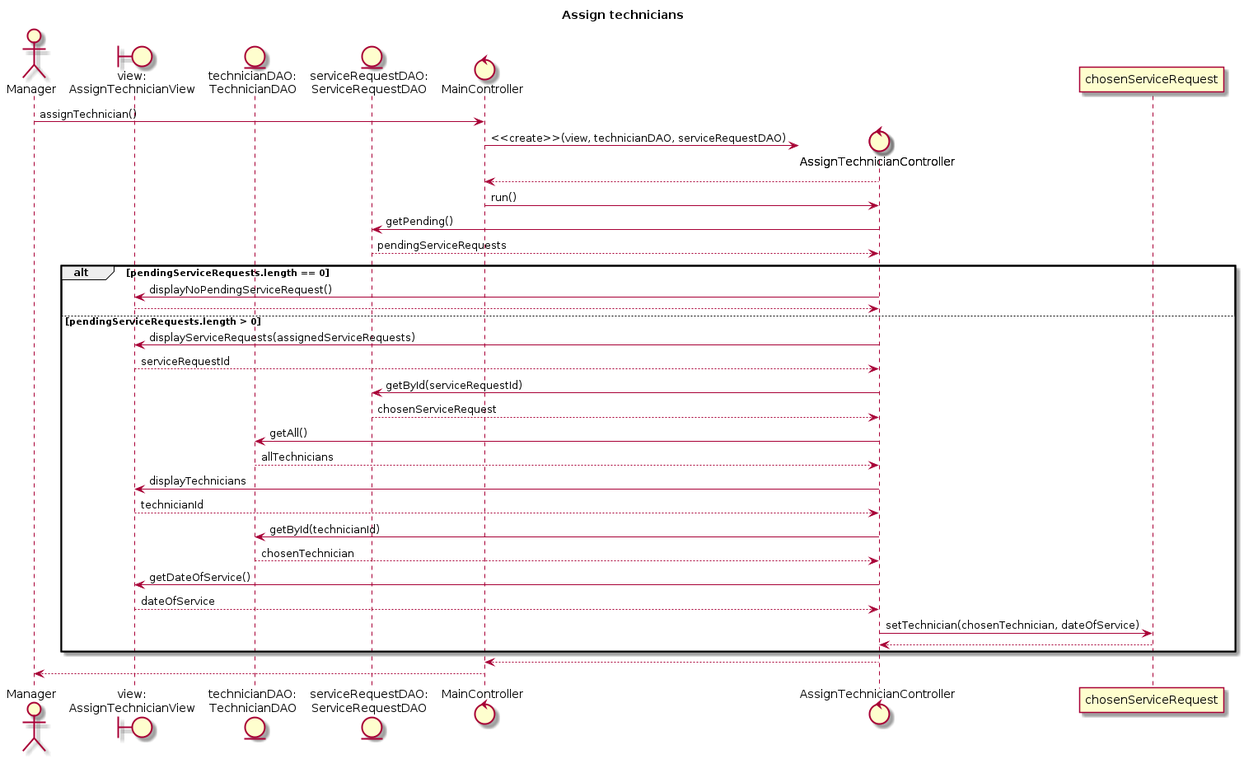
wongjiahau/software-design-assignment keeps this PlantUML diagram as sequence-diagrams/assignTechnicians.png. Above is the earlier version. Its diagram source:
```plantuml
@startuml
title Assign technicians
actor Manager
boundary "view:\nAssignTechnicianView" as view
entity "technicianDAO:\nTechnicianDAO" as tDAO
entity "serviceRequestDAO:\nServiceRequestDAO" as srDAO
control MainController

Manager -> MainController : assignTechnician()
create control AssignTechnicianController as controller
MainController -> controller : <<create>>(view, technicianDAO, serviceRequestDAO)
controller --> MainController
MainController -> controller : run()
controller -> srDAO : getPending()
srDAO --> controller : pendingServiceRequests
alt pendingServiceRequests.length == 0
    controller -> view : displayNoPendingServiceRequest()
    view --> controller
else pendingServiceRequests.length > 0
    controller -> view : displayServiceRequests(assignedServiceRequests)
    view --> controller : serviceRequestId
    controller -> srDAO : getById(serviceRequestId)
    srDAO --> controller : chosenServiceRequest
    controller -> tDAO : getAll()
    tDAO --> controller : allTechnicians
    controller -> view : displayTechnicians
    view --> controller : technicianId
    controller -> tDAO : getById(technicianId)
    tDAO --> controller : chosenTechnician
    controller -> view : getDateOfService()
    view --> controller : dateOfService
    controller -> chosenServiceRequest : setTechnician(chosenTechnician, dateOfService)
    chosenServiceRequest --> controller
end
controller --> MainController
MainController --> Manager
@enduml
```
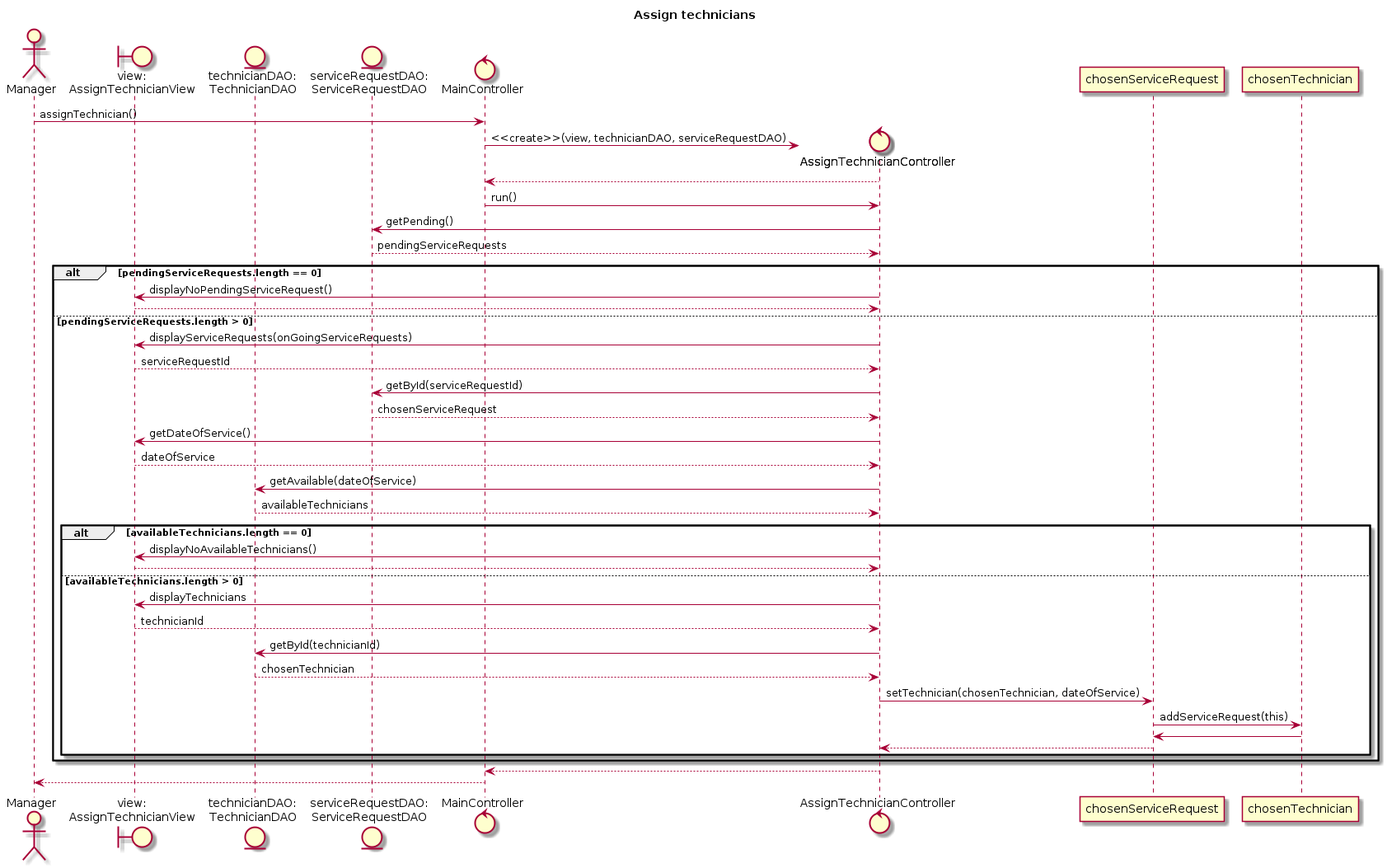
The same file after the commit.

Commit message:
Updated assignTechnicians sequence diagram

The edit, as a diff of the source:
```diff
@@ -17,20 +17,27 @@
     controller -> view : displayNoPendingServiceRequest()
     view --> controller
 else pendingServiceRequests.length > 0
-    controller -> view : displayServiceRequests(assignedServiceRequests)
+    controller -> view : displayServiceRequests(onGoingServiceRequests)
     view --> controller : serviceRequestId
     controller -> srDAO : getById(serviceRequestId)
     srDAO --> controller : chosenServiceRequest
-    controller -> tDAO : getAll()
-    tDAO --> controller : allTechnicians
-    controller -> view : displayTechnicians
-    view --> controller : technicianId
-    controller -> tDAO : getById(technicianId)
-    tDAO --> controller : chosenTechnician
     controller -> view : getDateOfService()
     view --> controller : dateOfService
-    controller -> chosenServiceRequest : setTechnician(chosenTechnician, dateOfService)
-    chosenServiceRequest --> controller
+    controller -> tDAO : getAvailable(dateOfService)
+    tDAO --> controller : availableTechnicians
+    alt availableTechnicians.length == 0
+        controller -> view : displayNoAvailableTechnicians()
+        view --> controller
+    else availableTechnicians.length > 0
+        controller -> view : displayTechnicians
+        view --> controller : technicianId
+        controller -> tDAO : getById(technicianId)
+        tDAO --> controller : chosenTechnician
+        controller -> chosenServiceRequest : setTechnician(chosenTechnician, dateOfService)
+        chosenServiceRequest -> chosenTechnician : addServiceRequest(this)
+        chosenTechnician -> chosenServiceRequest
+        chosenServiceRequest --> controller
+    end
 end
 controller --> MainController
 MainController --> Manager
```
